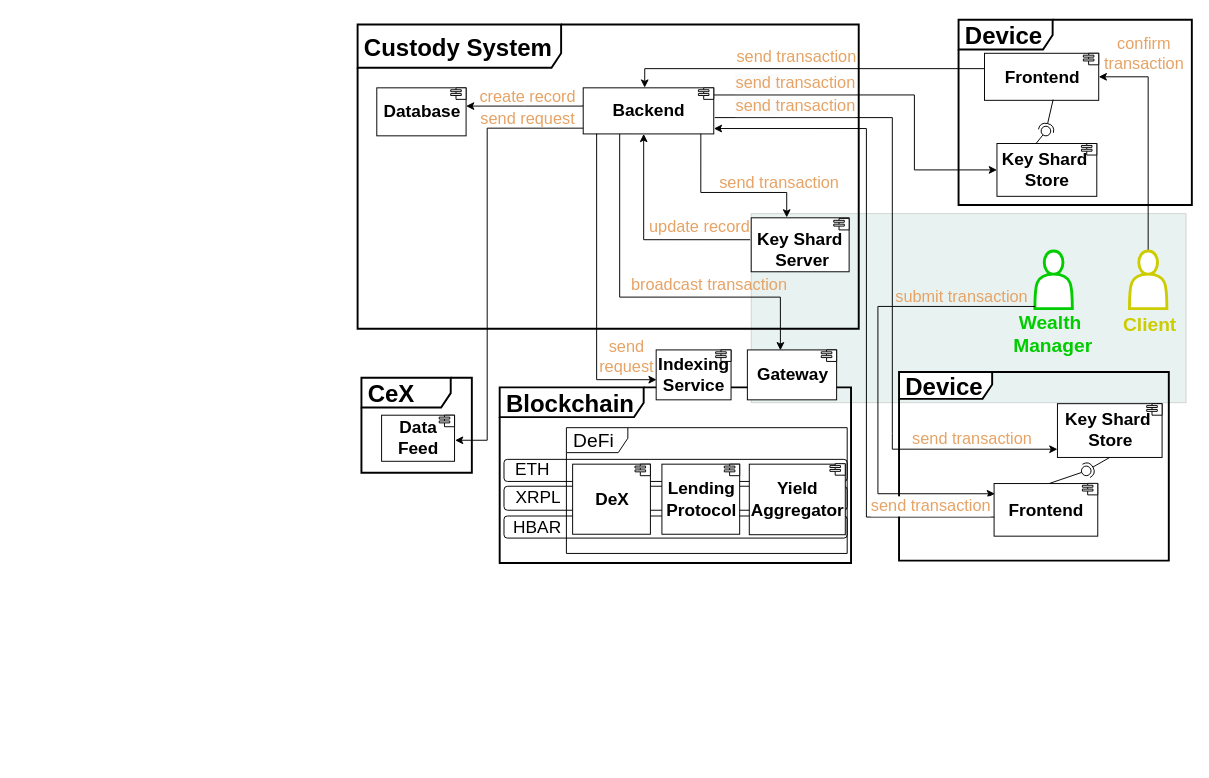
This is page "architecture" (2 of 13) of drawio-diagrams/wallet_architecture.drawio from dlt-science/crypto-mpc-wallet-bloom, a draw.io file, before an edit. Source tidied: cells renumbered, new cells numbered last; positions are measured from the earlier drawing's top-left corner, leaving out a move shared by most shapes. Both pictures are drawn from the tidied source at 96%, with x=0, y=0 at pixel (357, 19).
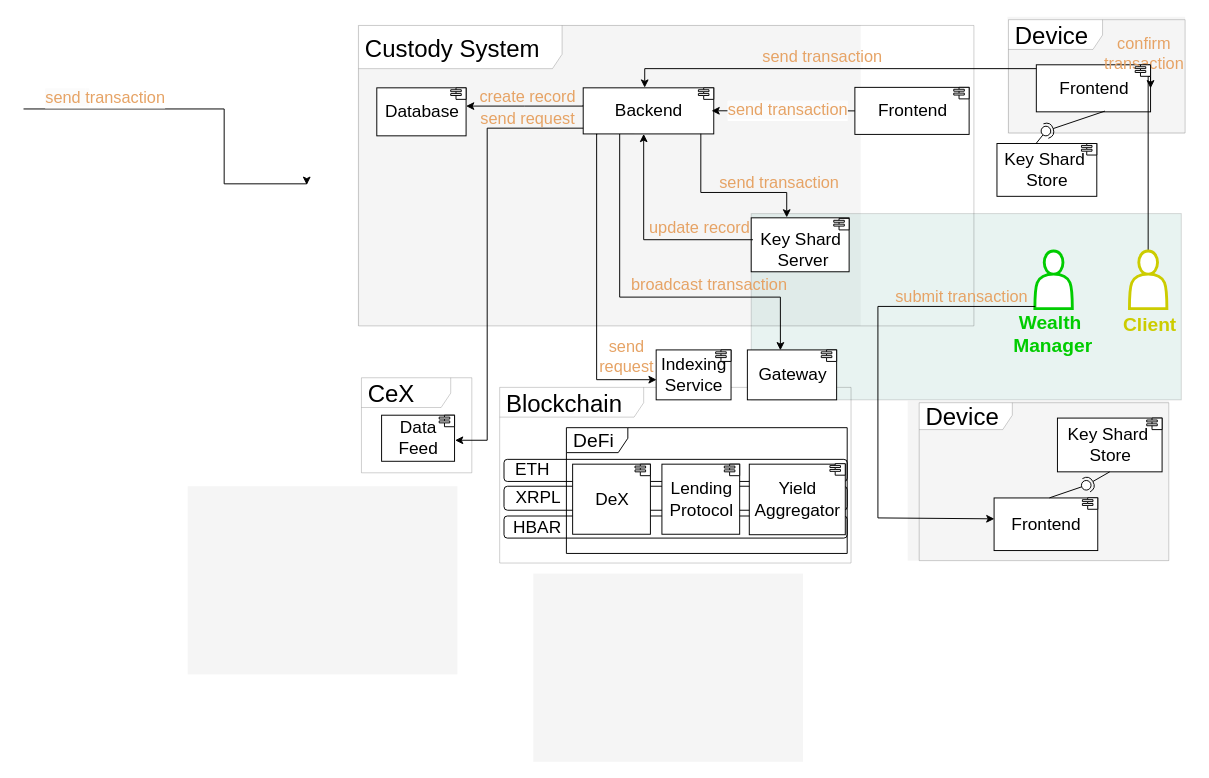
After the change.

The change refers to these unchanged cells:
```xml
<mxCell id="25" value="&lt;font color=&quot;#00cc00&quot; style=&quot;font-size: 20px;&quot;&gt;&lt;b style=&quot;&quot;&gt;Wealth&amp;nbsp;&lt;/b&gt;&lt;/font&gt;&lt;div&gt;&lt;font color=&quot;#00cc00&quot; style=&quot;font-size: 20px;&quot;&gt;&lt;b style=&quot;&quot;&gt;Manager&lt;/b&gt;&lt;/font&gt;&lt;/div&gt;" style="text;html=1;align=center;verticalAlign=middle;points=[];strokeColor=none;fillColor=none;labelBackgroundColor=none;" parent="1" vertex="1">
  <mxGeometry x="674" y="297" width="100" height="60" as="geometry" />
</mxCell>
<mxCell id="56" style="shape=module;jettyWidth=11;jettyHeight=2;" parent="1" vertex="1">
  <mxGeometry x="355" y="71" width="16" height="12" as="geometry" />
</mxCell>
```

Change to the diagram source:
```diff
@@
+    <mxCell id="78" style="rounded=0;whiteSpace=wrap;html=1;fillColor=#f5f5f5;fontColor=#333333;strokeColor=none;" parent="1" vertex="1">
+      <mxGeometry x="573" y="397" width="272" height="166.5" as="geometry" />
+    </mxCell>
+    <mxCell id="3" value="&lt;div&gt;&lt;div&gt;&lt;font style=&quot;font-size: 25px;&quot;&gt;Device&lt;/font&gt;&lt;/div&gt;&lt;/div&gt;" style="shape=umlFrame;whiteSpace=wrap;html=1;width=97;height=28;boundedLbl=1;verticalAlign=middle;align=left;spacingLeft=5;strokeWidth=0.2;strokeColor=#000000;" parent="1" vertex="1">
+      <mxGeometry x="585" y="399" width="260" height="164.5" as="geometry" />
+    </mxCell>
+    <mxCell id="79" style="rounded=0;whiteSpace=wrap;html=1;fillColor=#f5f5f5;fontColor=#333333;strokeColor=none;" parent="1" vertex="1">
+      <mxGeometry x="677" y="-3" width="185" height="122" as="geometry" />
+    </mxCell>
+    <mxCell id="26" value="&lt;font style=&quot;font-size: 25px;&quot;&gt;Device&lt;/font&gt;" style="shape=umlFrame;whiteSpace=wrap;html=1;width=98;height=31;boundedLbl=1;verticalAlign=middle;align=left;spacingLeft=5;strokeWidth=0.2;strokeColor=#000000;" parent="1" vertex="1">
+      <mxGeometry x="678" width="184" height="118" as="geometry" />
+    </mxCell>
+    <mxCell id="80" style="rounded=0;whiteSpace=wrap;html=1;fillColor=#f5f5f5;fontColor=#333333;strokeColor=none;" parent="1" vertex="1">
+      <mxGeometry y="5.5" width="524" height="313.5" as="geometry" />
+    </mxCell>
     <mxCell id="2" style="rounded=0;whiteSpace=wrap;html=1;fillColor=#67AB9F;opacity=15;" parent="1" vertex="1">
-      <mxGeometry x="410" y="202" width="453" height="197" as="geometry" />
+      <mxGeometry x="410" y="202" width="448" height="194" as="geometry" />
     </mxCell>
-    <mxCell id="3" value="&lt;div&gt;&lt;div&gt;&lt;font style=&quot;font-size: 25px;&quot;&gt;&lt;b style=&quot;&quot;&gt;Device&lt;/b&gt;&lt;/font&gt;&lt;/div&gt;&lt;/div&gt;" style="shape=umlFrame;whiteSpace=wrap;html=1;width=97;height=28;boundedLbl=1;verticalAlign=middle;align=left;spacingLeft=5;strokeWidth=2;strokeColor=#000000;" parent="1" vertex="1">
-      <mxGeometry x="564" y="367" width="281" height="196.5" as="geometry" />
-    </mxCell>
-    <mxCell id="4" value="&lt;font style=&quot;font-size: 25px;&quot;&gt;&lt;b style=&quot;&quot;&gt;Custody System&lt;/b&gt;&lt;/font&gt;" style="shape=umlFrame;whiteSpace=wrap;html=1;width=212;height=45;boundedLbl=1;verticalAlign=middle;align=left;spacingLeft=5;strokeWidth=2;strokeColor=#000000;" parent="1" vertex="1">
-      <mxGeometry y="5" width="522" height="317" as="geometry" />
+    <mxCell id="4" value="&lt;font style=&quot;font-size: 25px;&quot;&gt;Custody System&lt;/font&gt;" style="shape=umlFrame;whiteSpace=wrap;html=1;width=212;height=45;boundedLbl=1;verticalAlign=middle;align=left;spacingLeft=5;strokeWidth=0.2;strokeColor=#000000;" parent="1" vertex="1">
+      <mxGeometry x="1" y="6" width="641" height="313" as="geometry" />
     </mxCell>
@@
-    <mxCell id="8" value="&lt;font style=&quot;font-size: 18px;&quot;&gt;&lt;b style=&quot;&quot;&gt;Backend&lt;/b&gt;&lt;/font&gt;" style="html=1;align=center;verticalAlign=middle;dashed=0;" parent="1" vertex="1">
+    <mxCell id="8" value="&lt;font style=&quot;font-size: 18px;&quot;&gt;Backend&lt;/font&gt;" style="html=1;align=center;verticalAlign=middle;dashed=0;" parent="1" vertex="1">
       <mxGeometry x="235" y="71" width="136" height="48" as="geometry" />
     </mxCell>
@@
-    <mxCell id="10" value="&lt;br style=&quot;border-color: var(--border-color); font-size: 18px;&quot;&gt;&lt;b style=&quot;border-color: var(--border-color);&quot;&gt;&lt;font style=&quot;font-size: 18px;&quot;&gt;Key Shard&amp;nbsp;&lt;/font&gt;&lt;/b&gt;&lt;div&gt;&lt;b style=&quot;border-color: var(--border-color);&quot;&gt;&lt;font style=&quot;font-size: 18px;&quot;&gt;Server&lt;/font&gt;&lt;/b&gt;&lt;/div&gt;" style="text;html=1;align=center;verticalAlign=middle;points=[];strokeColor=none;fillColor=none;" parent="1" vertex="1">
-      <mxGeometry x="407" y="198" width="112" height="70" as="geometry" />
+    <mxCell id="10" value="&lt;br style=&quot;border-color: var(--border-color); font-size: 18px;&quot;&gt;&lt;span style=&quot;border-color: var(--border-color);&quot;&gt;&lt;font style=&quot;font-size: 18px;&quot;&gt;Key Shard&amp;nbsp;&lt;/font&gt;&lt;/span&gt;&lt;div&gt;&lt;span style=&quot;border-color: var(--border-color);&quot;&gt;&lt;font style=&quot;font-size: 18px;&quot;&gt;Server&lt;/font&gt;&lt;/span&gt;&lt;/div&gt;" style="text;html=1;align=center;verticalAlign=middle;points=[];strokeColor=none;fillColor=none;" parent="1" vertex="1">
+      <mxGeometry x="410" y="198" width="107" height="70" as="geometry" />
     </mxCell>
@@
-    <mxCell id="13" value="&lt;font style=&quot;font-size: 25px;&quot;&gt;&lt;b style=&quot;&quot;&gt;Blockchain&lt;/b&gt;&lt;/font&gt;" style="shape=umlFrame;whiteSpace=wrap;html=1;width=150;height=31;boundedLbl=1;verticalAlign=middle;align=left;spacingLeft=5;strokeWidth=2;strokeColor=#000000;fillColor=#FFFFFF;" parent="1" vertex="1">
+    <mxCell id="13" value="&lt;font style=&quot;font-size: 25px;&quot;&gt;Blockchain&lt;/font&gt;" style="shape=umlFrame;whiteSpace=wrap;html=1;width=150;height=31;boundedLbl=1;verticalAlign=middle;align=left;spacingLeft=5;strokeWidth=0.2;strokeColor=#000000;fillColor=#FFFFFF;" parent="1" vertex="1">
       <mxGeometry x="148" y="383" width="366" height="183" as="geometry" />
     </mxCell>
@@
-    <mxCell id="15" value="&lt;b style=&quot;font-size: 18px;&quot;&gt;Indexing&lt;br&gt;Service&lt;/b&gt;" style="html=1;align=center;verticalAlign=middle;dashed=0;" parent="1" vertex="1">
+    <mxCell id="15" value="&lt;span style=&quot;font-size: 18px;&quot;&gt;Indexing&lt;br&gt;Service&lt;/span&gt;" style="html=1;align=center;verticalAlign=middle;dashed=0;" parent="1" vertex="1">
       <mxGeometry x="311" y="344" width="78" height="52" as="geometry" />
     </mxCell>
@@
-    <mxCell id="17" value="&lt;b style=&quot;font-size: 18px;&quot;&gt;Gateway&lt;/b&gt;" style="html=1;align=center;verticalAlign=middle;dashed=0;" parent="1" vertex="1">
+    <mxCell id="17" value="&lt;span style=&quot;font-size: 18px;&quot;&gt;Gateway&lt;/span&gt;" style="html=1;align=center;verticalAlign=middle;dashed=0;" parent="1" vertex="1">
       <mxGeometry x="406" y="344" width="93" height="52" as="geometry" />
     </mxCell>
@@
-    <mxCell id="22" value="&lt;font style=&quot;font-size: 18px;&quot;&gt;&lt;b style=&quot;&quot;&gt;DeX&lt;/b&gt;&lt;/font&gt;" style="html=1;" parent="1" vertex="1">
+    <mxCell id="22" value="&lt;font style=&quot;font-size: 18px;&quot;&gt;DeX&lt;/font&gt;" style="html=1;" parent="1" vertex="1">
       <mxGeometry x="224" y="463" width="81" height="73" as="geometry" />
     </mxCell>
-    <mxCell id="23" value="&lt;div&gt;&lt;b style=&quot;font-size: 18px; background-color: initial;&quot;&gt;Lending&lt;/b&gt;&lt;/div&gt;&lt;div&gt;&lt;font style=&quot;font-size: 18px;&quot;&gt;&lt;b style=&quot;&quot;&gt;Protocol&lt;/b&gt;&lt;/font&gt;&lt;/div&gt;" style="html=1;" parent="1" vertex="1">
+    <mxCell id="23" value="&lt;div&gt;&lt;span style=&quot;font-size: 18px; background-color: initial;&quot;&gt;Lending&lt;/span&gt;&lt;/div&gt;&lt;div&gt;&lt;font style=&quot;font-size: 18px;&quot;&gt;Protocol&lt;/font&gt;&lt;/div&gt;" style="html=1;" parent="1" vertex="1">
       <mxGeometry x="317" y="463" width="81" height="73" as="geometry" />
     </mxCell>
@@
-    <mxCell id="26" value="&lt;font style=&quot;font-size: 25px;&quot;&gt;&lt;b style=&quot;&quot;&gt;Device&lt;/b&gt;&lt;/font&gt;" style="shape=umlFrame;whiteSpace=wrap;html=1;width=98;height=31;boundedLbl=1;verticalAlign=middle;align=left;spacingLeft=5;strokeWidth=2;strokeColor=#000000;" parent="1" vertex="1">
-      <mxGeometry x="626" width="243" height="193" as="geometry" />
-    </mxCell>
-    <mxCell id="27" value="&lt;font style=&quot;font-size: 18px;&quot;&gt;&lt;b style=&quot;&quot;&gt;Key Shard&amp;nbsp;&lt;/b&gt;&lt;/font&gt;&lt;div&gt;&lt;b style=&quot;font-size: 18px; background-color: initial;&quot;&gt;Store&lt;/b&gt;&lt;/div&gt;" style="html=1;align=center;verticalAlign=middle;dashed=0;strokeColor=#000000;" parent="1" vertex="1">
+    <mxCell id="27" value="&lt;font style=&quot;font-size: 18px;&quot;&gt;Key Shard&amp;nbsp;&lt;/font&gt;&lt;div&gt;&lt;span style=&quot;font-size: 18px; background-color: initial;&quot;&gt;Store&lt;/span&gt;&lt;/div&gt;" style="html=1;align=center;verticalAlign=middle;dashed=0;strokeColor=#000000;" parent="1" vertex="1">
       <mxGeometry x="666" y="129" width="104" height="55" as="geometry" />
     </mxCell>
-    <mxCell id="28" value="&lt;font style=&quot;font-size: 18px;&quot;&gt;&lt;b style=&quot;&quot;&gt;Key Shard&amp;nbsp;&lt;/b&gt;&lt;/font&gt;&lt;div&gt;&lt;b style=&quot;font-size: 18px; background-color: initial;&quot;&gt;Store&lt;/b&gt;&lt;/div&gt;" style="html=1;align=center;verticalAlign=middle;dashed=0;" parent="1" vertex="1">
-      <mxGeometry x="729" y="400" width="109" height="56" as="geometry" />
+    <mxCell id="28" value="&lt;font style=&quot;font-size: 18px;&quot;&gt;Key Shard&amp;nbsp;&lt;/font&gt;&lt;div&gt;&lt;span style=&quot;font-size: 18px; background-color: initial;&quot;&gt;Store&lt;/span&gt;&lt;/div&gt;" style="html=1;align=center;verticalAlign=middle;dashed=0;" parent="1" vertex="1">
+      <mxGeometry x="729" y="415" width="109" height="56" as="geometry" />
     </mxCell>
-    <mxCell id="29" value="&lt;font style=&quot;font-size: 18px;&quot;&gt;&lt;b style=&quot;&quot;&gt;Frontend&lt;/b&gt;&lt;/font&gt;" style="html=1;align=center;verticalAlign=middle;dashed=0;strokeColor=#000000;" parent="1" vertex="1">
-      <mxGeometry x="653" y="35" width="119" height="49" as="geometry" />
+    <mxCell id="29" value="&lt;font style=&quot;font-size: 18px;&quot;&gt;Frontend&lt;/font&gt;" style="html=1;align=center;verticalAlign=middle;dashed=0;strokeColor=#000000;" parent="1" vertex="1">
+      <mxGeometry x="707" y="47" width="119" height="49" as="geometry" />
     </mxCell>
-    <mxCell id="30" value="&lt;b style=&quot;font-size: 18px;&quot;&gt;Frontend&lt;/b&gt;" style="html=1;align=center;verticalAlign=middle;dashed=0;" parent="1" vertex="1">
-      <mxGeometry x="663" y="483.2" width="108" height="54.8" as="geometry" />
+    <mxCell id="30" value="&lt;span style=&quot;font-size: 18px;&quot;&gt;Frontend&lt;/span&gt;" style="html=1;align=center;verticalAlign=middle;dashed=0;" parent="1" vertex="1">
+      <mxGeometry x="663" y="498.2" width="108" height="54.8" as="geometry" />
     </mxCell>
@@
-    <mxCell id="34" style="edgeStyle=orthogonalEdgeStyle;rounded=0;jettySize=auto;html=1;entryX=0.008;entryY=0.194;entryDx=0;entryDy=0;entryPerimeter=0;exitX=0.318;exitY=0.029;exitDx=0;exitDy=0;exitPerimeter=0;" parent="1" edge="1" source="25" target="30">
+    <mxCell id="34" style="edgeStyle=orthogonalEdgeStyle;rounded=0;jettySize=auto;html=1;entryX=0.003;entryY=0.397;entryDx=0;entryDy=0;entryPerimeter=0;exitX=0.318;exitY=0.029;exitDx=0;exitDy=0;exitPerimeter=0;" parent="1" edge="1" source="25" target="30">
       <mxGeometry relative="1" as="geometry">
         <Array as="points">
           <mxPoint x="542" y="299" />
-          <mxPoint x="542" y="494" />
+          <mxPoint x="542" y="519" />
+          <mxPoint x="663" y="519" />
         </Array>
       </mxGeometry>
     </mxCell>
@@
     <mxCell id="39" style="ellipse;whiteSpace=wrap;html=1;align=center;points=[];outlineConnect=0;sketch=0;" parent="1" vertex="1">
-      <mxGeometry x="754" y="465" width="10" height="10" as="geometry" />
+      <mxGeometry x="754" y="480" width="10" height="10" as="geometry" />
     </mxCell>
@@
-    <mxCell id="43" style="edgeStyle=orthogonalEdgeStyle;rounded=0;jettySize=auto;html=1;exitX=0;exitY=0.5;exitDx=0;exitDy=0;entryX=1.02;entryY=0.619;entryDx=0;entryDy=0;entryPerimeter=0;startArrow=classic;startFill=1;endArrow=none;endFill=0;" parent="1" edge="1" source="27" target="56">
-      <mxGeometry relative="1" as="geometry">
-        <Array as="points">
-          <mxPoint x="580" y="156" />
-          <mxPoint x="580" y="78" />
-          <mxPoint x="371" y="78" />
-        </Array>
-      </mxGeometry>
-    </mxCell>
-    <mxCell id="44" value="&lt;font color=&quot;#e6a365&quot;&gt;&lt;span style=&quot;background-color: rgb(251, 251, 251); font-size: 17px;&quot;&gt;send&amp;nbsp;&lt;/span&gt;&lt;span style=&quot;background-color: rgb(251, 251, 251); font-size: 17px;&quot;&gt;t&lt;/span&gt;&lt;span style=&quot;background-color: initial; font-size: 17px;&quot;&gt;ransaction&lt;/span&gt;&lt;/font&gt;" style="edgeLabel;html=1;align=center;verticalAlign=middle;" parent="43" vertex="1">
-      <mxGeometry x="0.61" relative="1" as="geometry">
-        <mxPoint x="11" y="-12" as="offset" />
-      </mxGeometry>
-    </mxCell>
@@
-    <mxCell id="47" value="&lt;span style=&quot;font-size: 25px;&quot;&gt;&lt;b&gt;CeX&lt;/b&gt;&lt;/span&gt;" style="shape=umlFrame;whiteSpace=wrap;html=1;width=93;height=31;boundedLbl=1;verticalAlign=middle;align=left;spacingLeft=5;strokeWidth=2;strokeColor=#000000;" parent="1" vertex="1">
+    <mxCell id="47" value="&lt;span style=&quot;font-size: 25px;&quot;&gt;CeX&lt;/span&gt;" style="shape=umlFrame;whiteSpace=wrap;html=1;width=93;height=31;boundedLbl=1;verticalAlign=middle;align=left;spacingLeft=5;strokeWidth=0.2;strokeColor=#000000;" parent="1" vertex="1">
       <mxGeometry x="4" y="373" width="115" height="99" as="geometry" />
     </mxCell>
-    <mxCell id="48" value="&lt;span style=&quot;font-size: 18px;&quot;&gt;&lt;b&gt;Data&lt;/b&gt;&lt;/span&gt;&lt;div&gt;&lt;span style=&quot;font-size: 18px;&quot;&gt;&lt;b&gt;Feed&lt;/b&gt;&lt;/span&gt;&lt;/div&gt;" style="html=1;align=center;verticalAlign=middle;dashed=0;" parent="1" vertex="1">
+    <mxCell id="48" value="&lt;span style=&quot;font-size: 18px;&quot;&gt;Data&lt;/span&gt;&lt;div&gt;&lt;span style=&quot;font-size: 18px;&quot;&gt;Feed&lt;/span&gt;&lt;/div&gt;" style="html=1;align=center;verticalAlign=middle;dashed=0;" parent="1" vertex="1">
       <mxGeometry x="25" y="412" width="76" height="48" as="geometry" />
     </mxCell>
@@
     <mxCell id="57" style="shape=module;jettyWidth=11;jettyHeight=2;strokeColor=#000000;" parent="1" vertex="1">
-      <mxGeometry x="756" y="35" width="16" height="12" as="geometry" />
+      <mxGeometry x="810" y="47" width="16" height="12" as="geometry" />
     </mxCell>
@@
     <mxCell id="59" style="shape=module;jettyWidth=11;jettyHeight=2;" parent="1" vertex="1">
-      <mxGeometry x="822" y="400" width="16" height="12" as="geometry" />
+      <mxGeometry x="822" y="415" width="16" height="12" as="geometry" />
     </mxCell>
     <mxCell id="60" style="shape=module;jettyWidth=11;jettyHeight=2;" parent="1" vertex="1">
-      <mxGeometry x="755" y="483" width="16" height="12" as="geometry" />
+      <mxGeometry x="755" y="498" width="16" height="12" as="geometry" />
     </mxCell>
@@
-    <mxCell id="63" value="&lt;b style=&quot;font-size: 18px;&quot;&gt;Database&lt;/b&gt;" style="html=1;align=center;verticalAlign=middle;dashed=0;" parent="1" vertex="1">
+    <mxCell id="63" value="&lt;span style=&quot;font-size: 18px;&quot;&gt;Database&lt;/span&gt;" style="html=1;align=center;verticalAlign=middle;dashed=0;" parent="1" vertex="1">
       <mxGeometry x="20" y="71" width="93" height="50" as="geometry" />
     </mxCell>
@@
-    <mxCell id="68" style="edgeStyle=orthogonalEdgeStyle;rounded=0;jettySize=auto;html=1;entryX=1.001;entryY=0.883;entryDx=0;entryDy=0;entryPerimeter=0;exitX=0.002;exitY=0.637;exitDx=0;exitDy=0;exitPerimeter=0;" parent="1" edge="1" source="30" target="8">
-      <mxGeometry relative="1" as="geometry">
-        <Array as="points">
-          <mxPoint x="530" y="518" />
-          <mxPoint x="530" y="113" />
-          <mxPoint x="371" y="113" />
-        </Array>
-      </mxGeometry>
-    </mxCell>
-    <mxCell id="69" value="&lt;font color=&quot;#e6a365&quot;&gt;&lt;span style=&quot;font-size: 17px;&quot;&gt;send&amp;nbsp;&lt;/span&gt;&lt;span style=&quot;font-size: 17px;&quot;&gt;t&lt;/span&gt;&lt;span style=&quot;font-size: 17px;&quot;&gt;ransaction&lt;/span&gt;&lt;/font&gt;" style="edgeLabel;html=1;align=center;verticalAlign=middle;labelBackgroundColor=default;" parent="1" vertex="1">
-      <mxGeometry x="596" y="506.2" as="geometry" />
-    </mxCell>
-    <mxCell id="70" style="edgeStyle=orthogonalEdgeStyle;rounded=0;jettySize=auto;html=1;exitX=0;exitY=0.847;exitDx=0;exitDy=0;exitPerimeter=0;startArrow=classic;startFill=1;endArrow=none;endFill=0;" parent="1" edge="1" source="28">
-      <mxGeometry relative="1" as="geometry">
-        <mxPoint x="372" y="102" as="targetPoint" />
-        <Array as="points">
-          <mxPoint x="557" y="431" />
-          <mxPoint x="557" y="102" />
-          <mxPoint x="371" y="102" />
-        </Array>
-      </mxGeometry>
-    </mxCell>
-    <mxCell id="71" value="&lt;font color=&quot;#e6a365&quot;&gt;&lt;span style=&quot;font-size: 17px;&quot;&gt;send&amp;nbsp;&lt;/span&gt;&lt;span style=&quot;font-size: 17px;&quot;&gt;t&lt;/span&gt;&lt;span style=&quot;background-color: initial; font-size: 17px;&quot;&gt;ransaction&lt;/span&gt;&lt;/font&gt;" style="edgeLabel;html=1;align=center;verticalAlign=middle;labelBackgroundColor=none;" parent="70" vertex="1">
-      <mxGeometry x="0.19" relative="1" as="geometry">
-        <mxPoint x="82" y="235" as="offset" />
-      </mxGeometry>
-    </mxCell>
-    <mxCell id="72" value="&lt;font color=&quot;#e6a365&quot;&gt;&lt;span style=&quot;background-color: rgb(251, 251, 251); font-size: 17px;&quot;&gt;send&amp;nbsp;&lt;/span&gt;&lt;span style=&quot;background-color: rgb(251, 251, 251); font-size: 17px;&quot;&gt;t&lt;/span&gt;&lt;span style=&quot;background-color: initial; font-size: 17px;&quot;&gt;ransaction&lt;/span&gt;&lt;/font&gt;" style="edgeLabel;html=1;align=center;verticalAlign=middle;" parent="70" vertex="1">
-      <mxGeometry x="0.79" relative="1" as="geometry">
-        <mxPoint x="10" y="-12" as="offset" />
-      </mxGeometry>
-    </mxCell>
-    <mxCell id="73" value="&lt;div&gt;&lt;b style=&quot;font-size: 18px; background-color: initial;&quot;&gt;Yield&lt;/b&gt;&lt;/div&gt;&lt;div&gt;&lt;b style=&quot;font-size: 18px; background-color: initial;&quot;&gt;Aggregator&lt;/b&gt;&lt;/div&gt;" style="html=1;" parent="1" vertex="1">
+    <mxCell id="73" value="&lt;div&gt;&lt;span style=&quot;font-size: 18px; background-color: initial;&quot;&gt;Yield&lt;/span&gt;&lt;/div&gt;&lt;div&gt;&lt;span style=&quot;font-size: 18px; background-color: initial;&quot;&gt;Aggregator&lt;/span&gt;&lt;/div&gt;" style="html=1;" parent="1" vertex="1">
       <mxGeometry x="408" y="463" width="100" height="73.5" as="geometry" />
     </mxCell>
@@
+    <mxCell id="81" style="rounded=0;whiteSpace=wrap;html=1;fillColor=#f5f5f5;fontColor=#333333;strokeColor=none;" parent="1" vertex="1">
+      <mxGeometry x="183" y="577" width="281" height="196" as="geometry" />
+    </mxCell>
+    <mxCell id="82" style="rounded=0;whiteSpace=wrap;html=1;fillColor=#f5f5f5;fontColor=#333333;strokeColor=none;" parent="1" vertex="1">
+      <mxGeometry x="-177" y="486" width="281" height="196" as="geometry" />
+    </mxCell>
+    <mxCell id="83" style="edgeStyle=orthogonalEdgeStyle;rounded=0;orthogonalLoop=1;jettySize=auto;html=1;exitX=0;exitY=0.5;exitDx=0;exitDy=0;entryX=1.02;entryY=0.619;entryDx=0;entryDy=0;entryPerimeter=0;startArrow=classic;startFill=1;endArrow=none;endFill=0;" parent="1" edge="1">
+      <mxGeometry relative="1" as="geometry">
+        <mxPoint x="-53" y="172" as="sourcePoint" />
+        <mxPoint x="-348" y="93" as="targetPoint" />
+        <Array as="points">
+          <mxPoint x="-139" y="171" />
+          <mxPoint x="-139" y="93" />
+          <mxPoint x="-348" y="93" />
+        </Array>
+      </mxGeometry>
+    </mxCell>
+    <mxCell id="84" value="&lt;font color=&quot;#e6a365&quot;&gt;&lt;span style=&quot;background-color: rgb(251, 251, 251); font-size: 17px;&quot;&gt;send&amp;nbsp;&lt;/span&gt;&lt;span style=&quot;background-color: rgb(251, 251, 251); font-size: 17px;&quot;&gt;t&lt;/span&gt;&lt;span style=&quot;background-color: initial; font-size: 17px;&quot;&gt;ransaction&lt;/span&gt;&lt;/font&gt;" style="edgeLabel;html=1;align=center;verticalAlign=middle;" parent="83" vertex="1">
+      <mxGeometry x="0.61" relative="1" as="geometry">
+        <mxPoint x="11" y="-12" as="offset" />
+      </mxGeometry>
+    </mxCell>
+    <mxCell id="85" value="&lt;font style=&quot;font-size: 18px;&quot;&gt;Frontend&lt;/font&gt;" style="html=1;align=center;verticalAlign=middle;dashed=0;strokeColor=#000000;" parent="1" vertex="1">
+      <mxGeometry x="518" y="70.5" width="119" height="49" as="geometry" />
+    </mxCell>
+    <mxCell id="86" style="shape=module;jettyWidth=11;jettyHeight=2;strokeColor=#000000;" parent="1" vertex="1">
+      <mxGeometry x="621" y="70.5" width="16" height="12" as="geometry" />
+    </mxCell>
+    <mxCell id="87" style="edgeStyle=orthogonalEdgeStyle;rounded=0;jettySize=auto;html=1;entryX=0.983;entryY=0.498;entryDx=0;entryDy=0;entryPerimeter=0;" parent="1" edge="1" source="85" target="8">
+      <mxGeometry relative="1" as="geometry" />
+    </mxCell>
+    <mxCell id="88" value="&lt;span style=&quot;color: rgb(230, 163, 101); background-color: rgb(251, 251, 251); font-size: 17px;&quot;&gt;send&amp;nbsp;&lt;/span&gt;&lt;span style=&quot;color: rgb(230, 163, 101); background-color: rgb(251, 251, 251); font-size: 17px;&quot;&gt;t&lt;/span&gt;&lt;span style=&quot;color: rgb(230, 163, 101); background-color: rgb(251, 251, 251); font-size: 17px;&quot;&gt;ransaction&lt;/span&gt;" style="edgeLabel;html=1;align=center;verticalAlign=middle;" parent="87" vertex="1">
+      <mxGeometry x="0.09" relative="1" as="geometry">
+        <mxPoint x="10" as="offset" />
+      </mxGeometry>
+    </mxCell>
```
